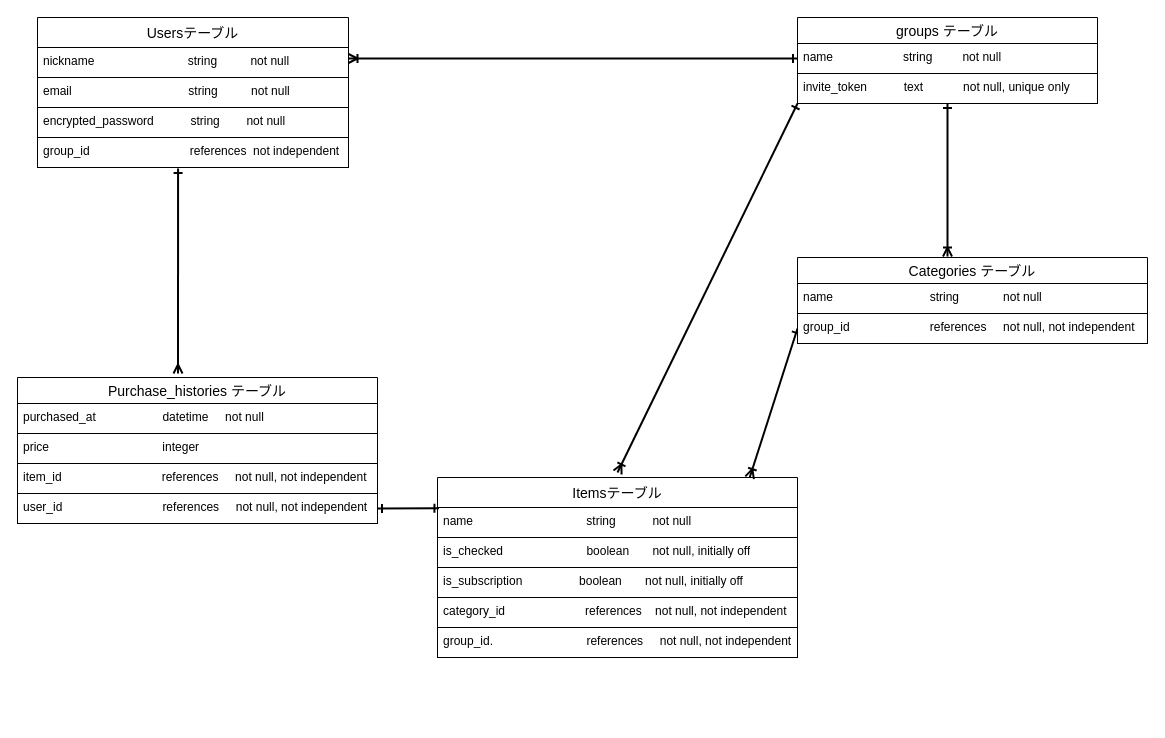
Earlier version of the draw.io diagram kiamonolog.dio (ngmtk0520-cloud/kaimonolog). Source tidied: cells renumbered, new cells numbered last; positions are measured from the earlier drawing's top-left corner, leaving out a move shared by most shapes. Both pictures are drawn from the tidied source at 100%, with x=0, y=0 at pixel (17, 17).
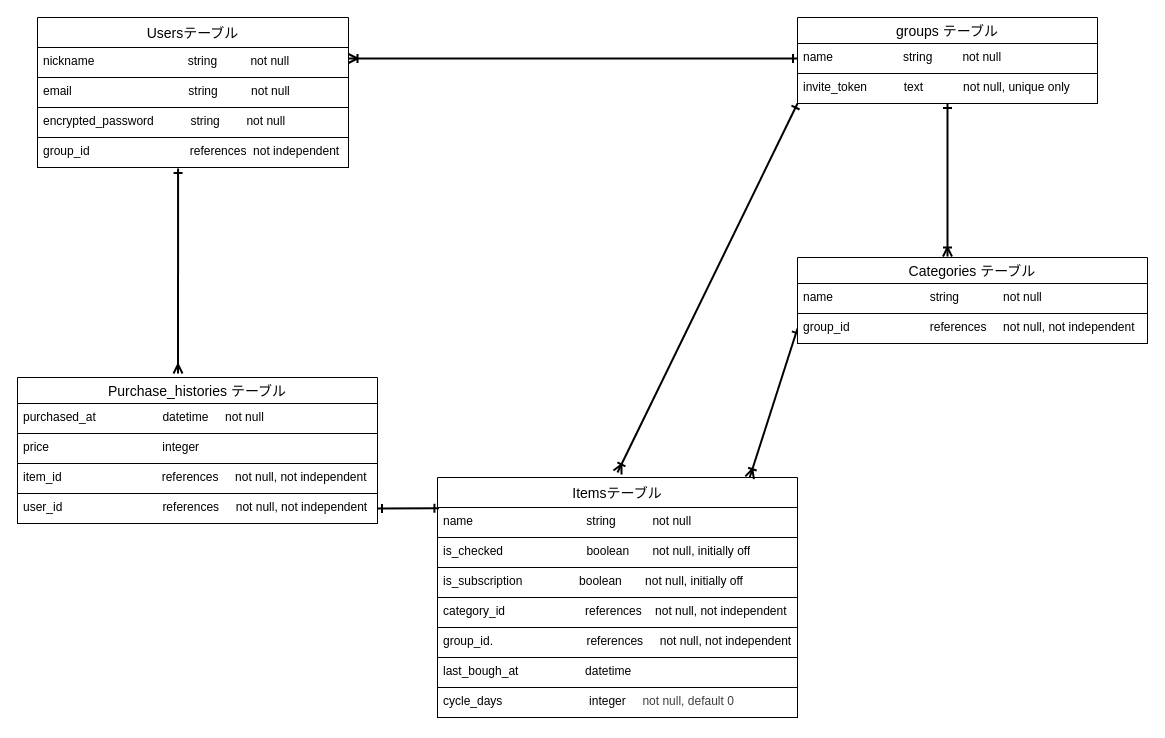
The same page after the edit.

What changed in the source:
```diff
@@
+    <mxCell id="30" value="last_bough_at&amp;nbsp; &amp;nbsp; &amp;nbsp; &amp;nbsp; &amp;nbsp; &amp;nbsp; &amp;nbsp; &amp;nbsp; &amp;nbsp; &amp;nbsp; datetime&amp;nbsp; &amp;nbsp;&amp;nbsp;" style="text;strokeColor=default;fillColor=default;spacingLeft=4;spacingRight=4;overflow=hidden;fontSize=12;whiteSpace=wrap;html=1;" parent="1" vertex="1">
+      <mxGeometry x="420" y="640" width="360" height="30" as="geometry" />
+    </mxCell>
+    <mxCell id="31" value="cycle_days&amp;nbsp; &amp;nbsp; &amp;nbsp; &amp;nbsp; &amp;nbsp; &amp;nbsp; &amp;nbsp; &amp;nbsp; &amp;nbsp; &amp;nbsp; &amp;nbsp; &amp;nbsp; &amp;nbsp; integer&lt;span style=&quot;color: rgb(63, 63, 63); background-color: transparent;&quot;&gt;&amp;nbsp; &amp;nbsp; &amp;nbsp;not null, default 0&lt;/span&gt;" style="text;strokeColor=default;fillColor=default;spacingLeft=4;spacingRight=4;overflow=hidden;fontSize=12;whiteSpace=wrap;html=1;" parent="1" vertex="1">
+      <mxGeometry x="420" y="670" width="360" height="30" as="geometry" />
+    </mxCell>
```
